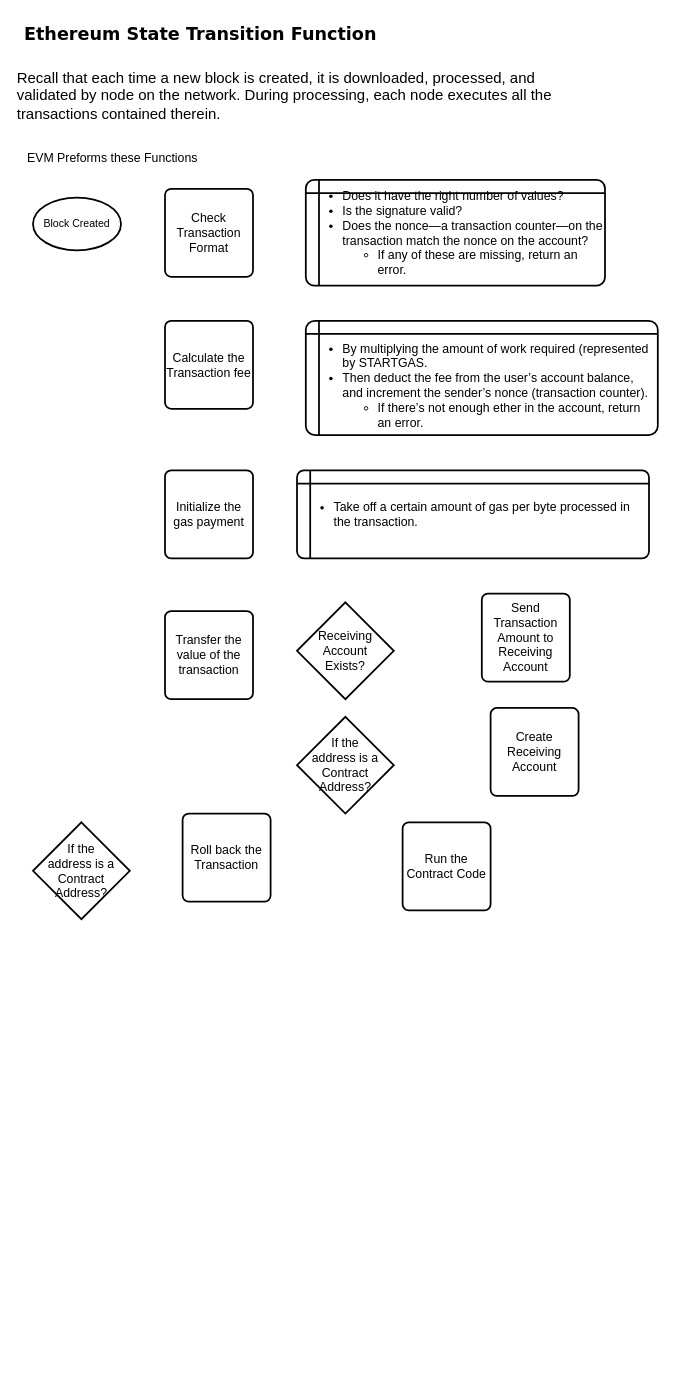
Earlier version of the draw.io diagram page "Node Execution" (2 of 2) of Block.drawio (Buddhika-Pathirathna/DiagramsRepo). Source tidied: cells renumbered, new cells numbered last; positions are measured from the earlier drawing's top-left corner, leaving out a move shared by most shapes. Both pictures are drawn from the tidied source at 88%, with x=0, y=0 at pixel (15, 15).
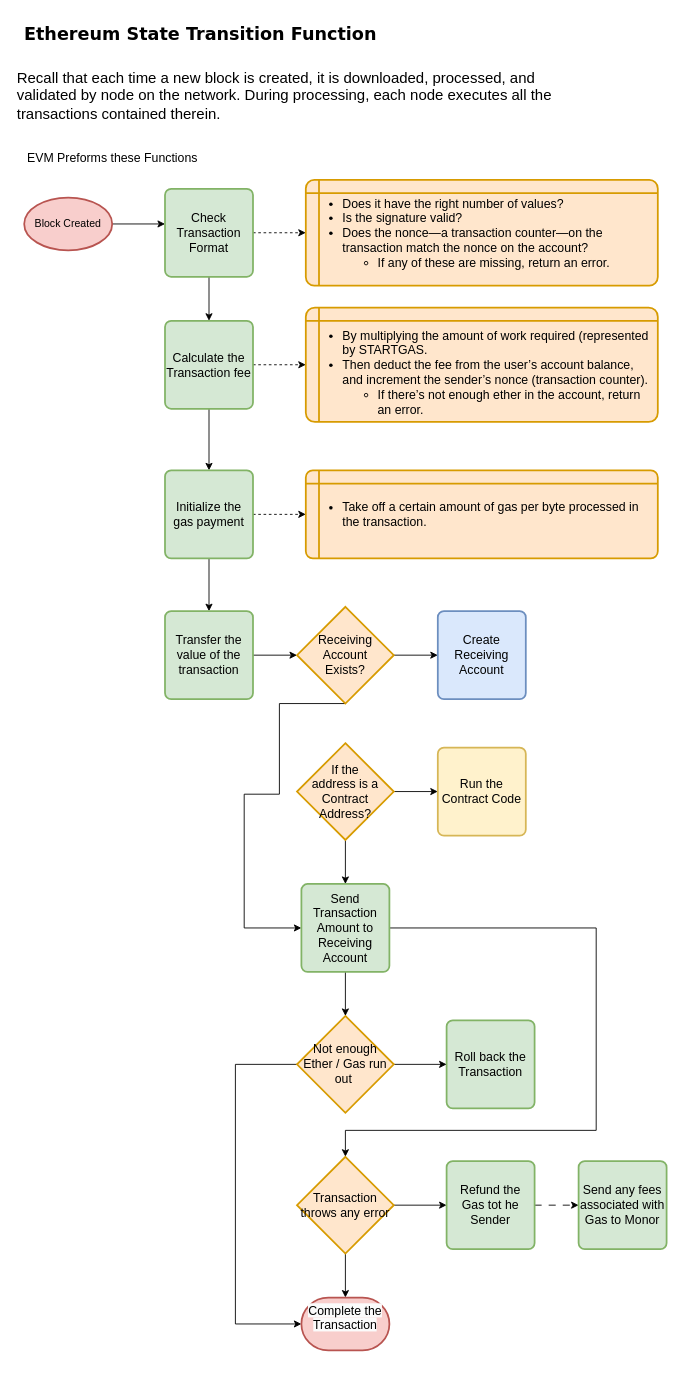
Above is the later version.

Diff of the diagram source:
```diff
@@
+    <mxCell id="20" style="edgeStyle=orthogonalEdgeStyle;rounded=0;jettySize=auto;html=1;entryX=0;entryY=0.4;entryDx=0;entryDy=0;entryPerimeter=0;" parent="1" edge="1" source="5" target="6">
+      <mxGeometry relative="1" as="geometry" />
+    </mxCell>
-    <mxCell id="5" value="Block Created" style="strokeWidth=2;html=1;shape=mxgraph.flowchart.start_1;whiteSpace=wrap;" parent="1" vertex="1">
-      <mxGeometry x="20" y="207" width="100" height="60" as="geometry" />
+    <mxCell id="5" value="Block Created" style="strokeWidth=2;html=1;shape=mxgraph.flowchart.start_1;whiteSpace=wrap;fillColor=#f8cecc;strokeColor=#b85450;" parent="1" vertex="1">
+      <mxGeometry x="10" y="207" width="100" height="60" as="geometry" />
     </mxCell>
+    <mxCell id="21" style="edgeStyle=orthogonalEdgeStyle;rounded=0;jettySize=auto;html=1;exitX=0.5;exitY=1;exitDx=0;exitDy=0;entryX=0.5;entryY=0;entryDx=0;entryDy=0;" parent="1" edge="1" source="6" target="8">
+      <mxGeometry relative="1" as="geometry" />
+    </mxCell>
+    <mxCell id="22" style="edgeStyle=orthogonalEdgeStyle;rounded=0;jettySize=auto;html=1;exitX=1;exitY=0.5;exitDx=0;exitDy=0;dashed=1;" parent="1" edge="1" source="6" target="7">
+      <mxGeometry relative="1" as="geometry" />
+    </mxCell>
-    <mxCell id="6" value="&lt;font style=&quot;font-size: 14px;&quot;&gt;Check Transaction Format&lt;/font&gt;" style="rounded=1;whiteSpace=wrap;html=1;absoluteArcSize=1;arcSize=14;strokeWidth=2;" parent="1" vertex="1">
+    <mxCell id="6" value="&lt;font style=&quot;font-size: 14px;&quot;&gt;Check Transaction Format&lt;/font&gt;" style="rounded=1;whiteSpace=wrap;html=1;absoluteArcSize=1;arcSize=14;strokeWidth=2;fillColor=#d5e8d4;strokeColor=#82b366;" parent="1" vertex="1">
       <mxGeometry x="170" y="197" width="100" height="100" as="geometry" />
     </mxCell>
-    <mxCell id="7" value="&lt;ul style=&quot;font-size: 14px;&quot;&gt;&lt;li&gt;&lt;span style=&quot;background-color: initial;&quot;&gt;Does it have the right number of values?&amp;nbsp;&lt;/span&gt;&lt;br&gt;&lt;/li&gt;&lt;li&gt;Is the signature valid?&amp;nbsp;&lt;/li&gt;&lt;li&gt;Does the nonce—a transaction counter—on the transaction match the nonce on the account?&amp;nbsp;&lt;/li&gt;&lt;ul&gt;&lt;li&gt;If any of these are missing, return an error.&lt;/li&gt;&lt;/ul&gt;&lt;/ul&gt;" style="shape=internalStorage;whiteSpace=wrap;html=1;dx=15;dy=15;rounded=1;arcSize=8;strokeWidth=2;align=left;" parent="1" vertex="1">
-      <mxGeometry x="330" y="187" width="340" height="120" as="geometry" />
+    <mxCell id="7" value="&lt;ul style=&quot;font-size: 14px;&quot;&gt;&lt;li&gt;&lt;span style=&quot;background-color: initial;&quot;&gt;Does it have the right number of values?&amp;nbsp;&lt;/span&gt;&lt;br&gt;&lt;/li&gt;&lt;li&gt;Is the signature valid?&amp;nbsp;&lt;/li&gt;&lt;li&gt;Does the nonce—a transaction counter—on the transaction match the nonce on the account?&amp;nbsp;&lt;/li&gt;&lt;ul&gt;&lt;li&gt;If any of these are missing, return an error.&lt;/li&gt;&lt;/ul&gt;&lt;/ul&gt;" style="shape=internalStorage;whiteSpace=wrap;html=1;dx=15;dy=15;rounded=1;arcSize=8;strokeWidth=2;align=left;fillColor=#ffe6cc;strokeColor=#d79b00;" parent="1" vertex="1">
+      <mxGeometry x="330" y="187" width="400" height="120" as="geometry" />
     </mxCell>
+    <mxCell id="23" style="edgeStyle=orthogonalEdgeStyle;rounded=0;jettySize=auto;html=1;exitX=0.5;exitY=1;exitDx=0;exitDy=0;entryX=0.5;entryY=0;entryDx=0;entryDy=0;" parent="1" edge="1" source="8" target="10">
+      <mxGeometry relative="1" as="geometry" />
+    </mxCell>
+    <mxCell id="24" style="edgeStyle=orthogonalEdgeStyle;rounded=0;jettySize=auto;html=1;exitX=1;exitY=0.5;exitDx=0;exitDy=0;dashed=1;" parent="1" edge="1" source="8" target="9">
+      <mxGeometry relative="1" as="geometry" />
+    </mxCell>
-    <mxCell id="8" value="&lt;font style=&quot;font-size: 14px;&quot;&gt;Calculate the Transaction fee&lt;/font&gt;" style="rounded=1;whiteSpace=wrap;html=1;absoluteArcSize=1;arcSize=14;strokeWidth=2;" parent="1" vertex="1">
+    <mxCell id="8" value="&lt;font style=&quot;font-size: 14px;&quot;&gt;Calculate the Transaction fee&lt;/font&gt;" style="rounded=1;whiteSpace=wrap;html=1;absoluteArcSize=1;arcSize=14;strokeWidth=2;fillColor=#d5e8d4;strokeColor=#82b366;" parent="1" vertex="1">
       <mxGeometry x="170" y="347" width="100" height="100" as="geometry" />
     </mxCell>
-    <mxCell id="9" value="&lt;div style=&quot;font-size: 14px;&quot;&gt;&lt;font style=&quot;font-size: 14px;&quot;&gt;&lt;br&gt;&lt;/font&gt;&lt;/div&gt;&lt;ul style=&quot;font-size: 14px;&quot;&gt;&lt;li style=&quot;&quot;&gt;&lt;font style=&quot;font-size: 14px;&quot;&gt;By multiplying the amount of work required (represented by STARTGAS.&lt;/font&gt;&lt;/li&gt;&lt;li style=&quot;&quot;&gt;&lt;font style=&quot;font-size: 14px;&quot;&gt;Then deduct the fee from the user’s account balance, and increment the sender’s nonce (transaction counter).&amp;nbsp;&lt;/font&gt;&lt;/li&gt;&lt;ul style=&quot;&quot;&gt;&lt;li style=&quot;&quot;&gt;&lt;font style=&quot;font-size: 14px;&quot;&gt;If there’s not enough ether in the account, return an error.&lt;/font&gt;&lt;/li&gt;&lt;/ul&gt;&lt;/ul&gt;" style="shape=internalStorage;whiteSpace=wrap;html=1;dx=15;dy=15;rounded=1;arcSize=8;strokeWidth=2;align=left;" parent="1" vertex="1">
-      <mxGeometry x="330" y="347" width="400" height="130" as="geometry" />
+    <mxCell id="9" value="&lt;div style=&quot;font-size: 14px;&quot;&gt;&lt;font style=&quot;font-size: 14px;&quot;&gt;&lt;br&gt;&lt;/font&gt;&lt;/div&gt;&lt;ul style=&quot;font-size: 14px;&quot;&gt;&lt;li style=&quot;&quot;&gt;&lt;font style=&quot;font-size: 14px;&quot;&gt;By multiplying the amount of work required (represented by STARTGAS.&lt;/font&gt;&lt;/li&gt;&lt;li style=&quot;&quot;&gt;&lt;font style=&quot;font-size: 14px;&quot;&gt;Then deduct the fee from the user’s account balance, and increment the sender’s nonce (transaction counter).&amp;nbsp;&lt;/font&gt;&lt;/li&gt;&lt;ul style=&quot;&quot;&gt;&lt;li style=&quot;&quot;&gt;&lt;font style=&quot;font-size: 14px;&quot;&gt;If there’s not enough ether in the account, return an error.&lt;/font&gt;&lt;/li&gt;&lt;/ul&gt;&lt;/ul&gt;" style="shape=internalStorage;whiteSpace=wrap;html=1;dx=15;dy=15;rounded=1;arcSize=8;strokeWidth=2;align=left;fillColor=#ffe6cc;strokeColor=#d79b00;" parent="1" vertex="1">
+      <mxGeometry x="330" y="332" width="400" height="130" as="geometry" />
     </mxCell>
+    <mxCell id="25" style="edgeStyle=orthogonalEdgeStyle;rounded=0;jettySize=auto;html=1;exitX=0.5;exitY=1;exitDx=0;exitDy=0;entryX=0.5;entryY=0;entryDx=0;entryDy=0;" parent="1" edge="1" source="10" target="11">
+      <mxGeometry relative="1" as="geometry" />
+    </mxCell>
+    <mxCell id="26" style="edgeStyle=orthogonalEdgeStyle;rounded=0;jettySize=auto;html=1;exitX=1;exitY=0.5;exitDx=0;exitDy=0;entryX=0;entryY=0.5;entryDx=0;entryDy=0;dashed=1;" parent="1" edge="1" source="10" target="14">
+      <mxGeometry relative="1" as="geometry" />
+    </mxCell>
-    <mxCell id="10" value="&lt;font style=&quot;font-size: 14px;&quot;&gt;Initialize the gas payment&lt;/font&gt;" style="rounded=1;whiteSpace=wrap;html=1;absoluteArcSize=1;arcSize=14;strokeWidth=2;" parent="1" vertex="1">
+    <mxCell id="10" value="&lt;font style=&quot;font-size: 14px;&quot;&gt;Initialize the gas payment&lt;/font&gt;" style="rounded=1;whiteSpace=wrap;html=1;absoluteArcSize=1;arcSize=14;strokeWidth=2;fillColor=#d5e8d4;strokeColor=#82b366;" parent="1" vertex="1">
       <mxGeometry x="170" y="517" width="100" height="100" as="geometry" />
     </mxCell>
+    <mxCell id="27" style="edgeStyle=orthogonalEdgeStyle;rounded=0;jettySize=auto;html=1;exitX=1;exitY=0.5;exitDx=0;exitDy=0;" parent="1" edge="1" source="11" target="13">
+      <mxGeometry relative="1" as="geometry" />
+    </mxCell>
-    <mxCell id="11" value="&lt;font style=&quot;font-size: 14px;&quot;&gt;Transfer the value of the transaction&lt;/font&gt;" style="rounded=1;whiteSpace=wrap;html=1;absoluteArcSize=1;arcSize=14;strokeWidth=2;" parent="1" vertex="1">
+    <mxCell id="11" value="&lt;font style=&quot;font-size: 14px;&quot;&gt;Transfer the value of the transaction&lt;/font&gt;" style="rounded=1;whiteSpace=wrap;html=1;absoluteArcSize=1;arcSize=14;strokeWidth=2;fillColor=#d5e8d4;strokeColor=#82b366;" parent="1" vertex="1">
       <mxGeometry x="170" y="677" width="100" height="100" as="geometry" />
     </mxCell>
-    <mxCell id="12" value="&lt;span style=&quot;font-size: 14px;&quot;&gt;Roll back the Transaction&lt;/span&gt;" style="rounded=1;whiteSpace=wrap;html=1;absoluteArcSize=1;arcSize=14;strokeWidth=2;" parent="1" vertex="1">
-      <mxGeometry x="190" y="907" width="100" height="100" as="geometry" />
+    <mxCell id="12" value="&lt;span style=&quot;font-size: 14px;&quot;&gt;Roll back the Transaction&lt;/span&gt;" style="rounded=1;whiteSpace=wrap;html=1;absoluteArcSize=1;arcSize=14;strokeWidth=2;fillColor=#d5e8d4;strokeColor=#82b366;" parent="1" vertex="1">
+      <mxGeometry x="490" y="1142" width="100" height="100" as="geometry" />
     </mxCell>
+    <mxCell id="28" style="edgeStyle=orthogonalEdgeStyle;rounded=0;jettySize=auto;html=1;exitX=1;exitY=0.5;exitDx=0;exitDy=0;exitPerimeter=0;entryX=0;entryY=0.5;entryDx=0;entryDy=0;" parent="1" edge="1" source="13" target="15">
+      <mxGeometry relative="1" as="geometry" />
+    </mxCell>
+    <mxCell id="29" style="edgeStyle=orthogonalEdgeStyle;rounded=0;jettySize=auto;html=1;exitX=0.5;exitY=1;exitDx=0;exitDy=0;exitPerimeter=0;entryX=0;entryY=0.5;entryDx=0;entryDy=0;" parent="1" edge="1" source="13" target="16">
+      <mxGeometry relative="1" as="geometry">
+        <Array as="points">
+          <mxPoint x="300" y="782" />
+          <mxPoint x="300" y="885" />
+          <mxPoint x="260" y="885" />
+          <mxPoint x="260" y="1037" />
+        </Array>
+      </mxGeometry>
+    </mxCell>
-    <mxCell id="13" value="&lt;font style=&quot;font-size: 14px;&quot;&gt;Receiving Account &lt;br&gt;Exists?&lt;/font&gt;" style="strokeWidth=2;html=1;shape=mxgraph.flowchart.decision;whiteSpace=wrap;" parent="1" vertex="1">
-      <mxGeometry x="320" y="667" width="110" height="110" as="geometry" />
+    <mxCell id="13" value="&lt;font style=&quot;font-size: 14px;&quot;&gt;Receiving Account &lt;br&gt;Exists?&lt;/font&gt;" style="strokeWidth=2;html=1;shape=mxgraph.flowchart.decision;whiteSpace=wrap;fillColor=#ffe6cc;strokeColor=#d79b00;" parent="1" vertex="1">
+      <mxGeometry x="320" y="672" width="110" height="110" as="geometry" />
     </mxCell>
-    <mxCell id="14" value="&lt;div style=&quot;font-size: 14px;&quot;&gt;&lt;div&gt;&lt;ul&gt;&lt;li&gt;Take off a certain amount of gas per byte processed in the transaction.&lt;/li&gt;&lt;/ul&gt;&lt;/div&gt;&lt;/div&gt;" style="shape=internalStorage;whiteSpace=wrap;html=1;dx=15;dy=15;rounded=1;arcSize=8;strokeWidth=2;align=left;" parent="1" vertex="1">
-      <mxGeometry x="320" y="517" width="400" height="100" as="geometry" />
+    <mxCell id="14" value="&lt;div style=&quot;font-size: 14px;&quot;&gt;&lt;div&gt;&lt;ul&gt;&lt;li&gt;Take off a certain amount of gas per byte processed in the transaction.&lt;/li&gt;&lt;/ul&gt;&lt;/div&gt;&lt;/div&gt;" style="shape=internalStorage;whiteSpace=wrap;html=1;dx=15;dy=15;rounded=1;arcSize=8;strokeWidth=2;align=left;fillColor=#ffe6cc;strokeColor=#d79b00;" parent="1" vertex="1">
+      <mxGeometry x="330" y="517" width="400" height="100" as="geometry" />
     </mxCell>
-    <mxCell id="15" value="&lt;font style=&quot;font-size: 14px;&quot;&gt;Create Receiving Account&lt;/font&gt;" style="rounded=1;whiteSpace=wrap;html=1;absoluteArcSize=1;arcSize=14;strokeWidth=2;" parent="1" vertex="1">
-      <mxGeometry x="540" y="787" width="100" height="100" as="geometry" />
+    <mxCell id="15" value="&lt;font style=&quot;font-size: 14px;&quot;&gt;Create Receiving Account&lt;/font&gt;" style="rounded=1;whiteSpace=wrap;html=1;absoluteArcSize=1;arcSize=14;strokeWidth=2;fillColor=#dae8fc;strokeColor=#6c8ebf;" parent="1" vertex="1">
+      <mxGeometry x="480" y="677" width="100" height="100" as="geometry" />
     </mxCell>
-    <mxCell id="16" value="&lt;font style=&quot;font-size: 14px;&quot;&gt;Send Transaction Amount to Receiving Account&lt;/font&gt;" style="rounded=1;whiteSpace=wrap;html=1;absoluteArcSize=1;arcSize=14;strokeWidth=2;" parent="1" vertex="1">
-      <mxGeometry x="530" y="657" width="100" height="100" as="geometry" />
-    </mxCell>
+    <mxCell id="30" style="edgeStyle=orthogonalEdgeStyle;rounded=0;jettySize=auto;html=1;exitX=1;exitY=0.5;exitDx=0;exitDy=0;exitPerimeter=0;entryX=0;entryY=0.5;entryDx=0;entryDy=0;" parent="1" edge="1" source="17" target="18">
+      <mxGeometry relative="1" as="geometry" />
+    </mxCell>
+    <mxCell id="31" style="edgeStyle=orthogonalEdgeStyle;rounded=0;jettySize=auto;html=1;exitX=0.5;exitY=1;exitDx=0;exitDy=0;exitPerimeter=0;entryX=0.5;entryY=0;entryDx=0;entryDy=0;" parent="1" edge="1" source="17" target="16">
+      <mxGeometry relative="1" as="geometry" />
+    </mxCell>
-    <mxCell id="17" value="&lt;span style=&quot;font-size: 14px;&quot;&gt;If the &lt;br&gt;address is a Contract Address?&lt;/span&gt;" style="strokeWidth=2;html=1;shape=mxgraph.flowchart.decision;whiteSpace=wrap;" parent="1" vertex="1">
-      <mxGeometry x="320" y="797" width="110" height="110" as="geometry" />
+    <mxCell id="17" value="&lt;span style=&quot;font-size: 14px;&quot;&gt;If the &lt;br&gt;address is a Contract Address?&lt;/span&gt;" style="strokeWidth=2;html=1;shape=mxgraph.flowchart.decision;whiteSpace=wrap;fillColor=#ffe6cc;strokeColor=#d79b00;" parent="1" vertex="1">
+      <mxGeometry x="320" y="827" width="110" height="110" as="geometry" />
     </mxCell>
-    <mxCell id="18" value="&lt;font style=&quot;font-size: 14px;&quot;&gt;Run the Contract Code&lt;/font&gt;" style="rounded=1;whiteSpace=wrap;html=1;absoluteArcSize=1;arcSize=14;strokeWidth=2;" parent="1" vertex="1">
-      <mxGeometry x="440" y="917" width="100" height="100" as="geometry" />
+    <mxCell id="18" value="&lt;font style=&quot;font-size: 14px;&quot;&gt;Run the Contract Code&lt;/font&gt;" style="rounded=1;whiteSpace=wrap;html=1;absoluteArcSize=1;arcSize=14;strokeWidth=2;fillColor=#fff2cc;strokeColor=#d6b656;" parent="1" vertex="1">
+      <mxGeometry x="480" y="832" width="100" height="100" as="geometry" />
     </mxCell>
+    <mxCell id="32" style="edgeStyle=orthogonalEdgeStyle;rounded=0;jettySize=auto;html=1;exitX=1;exitY=0.5;exitDx=0;exitDy=0;exitPerimeter=0;entryX=0;entryY=0.5;entryDx=0;entryDy=0;" parent="1" edge="1" source="19" target="12">
+      <mxGeometry relative="1" as="geometry" />
+    </mxCell>
+    <mxCell id="33" style="edgeStyle=orthogonalEdgeStyle;rounded=0;jettySize=auto;html=1;exitX=0;exitY=0.5;exitDx=0;exitDy=0;exitPerimeter=0;entryX=0;entryY=0.5;entryDx=0;entryDy=0;entryPerimeter=0;" parent="1" edge="1" source="19" target="42">
+      <mxGeometry relative="1" as="geometry">
+        <Array as="points">
+          <mxPoint x="250" y="1192" />
+          <mxPoint x="250" y="1487" />
+        </Array>
+      </mxGeometry>
+    </mxCell>
-    <mxCell id="19" value="&lt;span style=&quot;font-size: 14px;&quot;&gt;If the &lt;br&gt;address is a Contract Address?&lt;/span&gt;" style="strokeWidth=2;html=1;shape=mxgraph.flowchart.decision;whiteSpace=wrap;" parent="1" vertex="1">
-      <mxGeometry x="20" y="917" width="110" height="110" as="geometry" />
+    <mxCell id="19" value="&lt;span style=&quot;font-size: 14px;&quot;&gt;Not enough Ether / Gas run out&amp;nbsp;&lt;/span&gt;" style="strokeWidth=2;html=1;shape=mxgraph.flowchart.decision;whiteSpace=wrap;fillColor=#ffe6cc;strokeColor=#d79b00;" parent="1" vertex="1">
+      <mxGeometry x="320" y="1137" width="110" height="110" as="geometry" />
     </mxCell>
+    <mxCell id="34" style="edgeStyle=orthogonalEdgeStyle;rounded=0;jettySize=auto;html=1;exitX=0.5;exitY=1;exitDx=0;exitDy=0;entryX=0.5;entryY=0;entryDx=0;entryDy=0;entryPerimeter=0;" parent="1" edge="1" source="16" target="19">
+      <mxGeometry relative="1" as="geometry" />
+    </mxCell>
+    <mxCell id="35" style="edgeStyle=orthogonalEdgeStyle;rounded=0;jettySize=auto;html=1;exitX=1;exitY=0.5;exitDx=0;exitDy=0;entryX=0.5;entryY=0;entryDx=0;entryDy=0;entryPerimeter=0;" parent="1" edge="1" source="16" target="38">
+      <mxGeometry relative="1" as="geometry">
+        <Array as="points">
+          <mxPoint x="660" y="1037" />
+          <mxPoint x="660" y="1267" />
+          <mxPoint x="375" y="1267" />
+        </Array>
+      </mxGeometry>
+    </mxCell>
+    <mxCell id="16" value="&lt;font style=&quot;font-size: 14px;&quot;&gt;Send Transaction Amount to Receiving Account&lt;/font&gt;" style="rounded=1;whiteSpace=wrap;html=1;absoluteArcSize=1;arcSize=14;strokeWidth=2;fillColor=#d5e8d4;strokeColor=#82b366;" parent="1" vertex="1">
+      <mxGeometry x="325" y="987" width="100" height="100" as="geometry" />
+    </mxCell>
+    <mxCell id="36" style="edgeStyle=orthogonalEdgeStyle;rounded=0;jettySize=auto;html=1;exitX=1;exitY=0.5;exitDx=0;exitDy=0;exitPerimeter=0;entryX=0;entryY=0.5;entryDx=0;entryDy=0;" parent="1" edge="1" source="38" target="40">
+      <mxGeometry relative="1" as="geometry" />
+    </mxCell>
+    <mxCell id="37" style="edgeStyle=orthogonalEdgeStyle;rounded=0;jettySize=auto;html=1;exitX=0.5;exitY=1;exitDx=0;exitDy=0;exitPerimeter=0;entryX=0.5;entryY=0;entryDx=0;entryDy=0;entryPerimeter=0;" parent="1" edge="1" source="38" target="42">
+      <mxGeometry relative="1" as="geometry" />
+    </mxCell>
+    <mxCell id="38" value="&lt;span style=&quot;font-size: 14px;&quot;&gt;Transaction throws any error&lt;/span&gt;" style="strokeWidth=2;html=1;shape=mxgraph.flowchart.decision;whiteSpace=wrap;fillColor=#ffe6cc;strokeColor=#d79b00;" parent="1" vertex="1">
+      <mxGeometry x="320" y="1297" width="110" height="110" as="geometry" />
+    </mxCell>
+    <mxCell id="39" style="edgeStyle=orthogonalEdgeStyle;rounded=0;jettySize=auto;html=1;exitX=1;exitY=0.5;exitDx=0;exitDy=0;entryX=0;entryY=0.5;entryDx=0;entryDy=0;dashed=1;dashPattern=8 8;" parent="1" edge="1" source="40" target="41">
+      <mxGeometry relative="1" as="geometry" />
+    </mxCell>
+    <mxCell id="40" value="&lt;span style=&quot;font-size: 14px;&quot;&gt;Refund the Gas tot he Sender&lt;/span&gt;" style="rounded=1;whiteSpace=wrap;html=1;absoluteArcSize=1;arcSize=14;strokeWidth=2;fillColor=#d5e8d4;strokeColor=#82b366;" parent="1" vertex="1">
+      <mxGeometry x="490" y="1302" width="100" height="100" as="geometry" />
+    </mxCell>
+    <mxCell id="41" value="&lt;span style=&quot;font-size: 14px;&quot;&gt;Send any fees associated with Gas to Monor&lt;/span&gt;" style="rounded=1;whiteSpace=wrap;html=1;absoluteArcSize=1;arcSize=14;strokeWidth=2;fillColor=#d5e8d4;strokeColor=#82b366;" parent="1" vertex="1">
+      <mxGeometry x="640" y="1302" width="100" height="100" as="geometry" />
+    </mxCell>
+    <mxCell id="42" value="&#10;&lt;span style=&quot;color: rgb(0, 0, 0); font-family: Helvetica; font-size: 14px; font-style: normal; font-variant-ligatures: normal; font-variant-caps: normal; font-weight: 400; letter-spacing: normal; orphans: 2; text-align: center; text-indent: 0px; text-transform: none; widows: 2; word-spacing: 0px; -webkit-text-stroke-width: 0px; background-color: rgb(251, 251, 251); text-decoration-thickness: initial; text-decoration-style: initial; text-decoration-color: initial; float: none; display: inline !important;&quot;&gt;Complete the Transaction&lt;/span&gt;&#10;&#10;" style="strokeWidth=2;html=1;shape=mxgraph.flowchart.terminator;whiteSpace=wrap;fillColor=#f8cecc;strokeColor=#b85450;" parent="1" vertex="1">
+      <mxGeometry x="325" y="1457" width="100" height="60" as="geometry" />
+    </mxCell>
```
